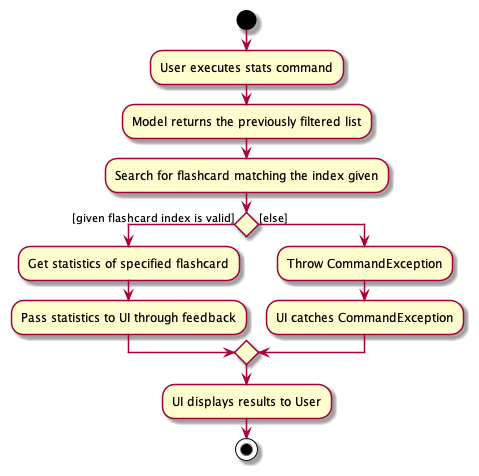
Earlier version of the PlantUML export docs/images/StatsActivityDiagram.png (nus-cs2103-AY2021S1/tp).
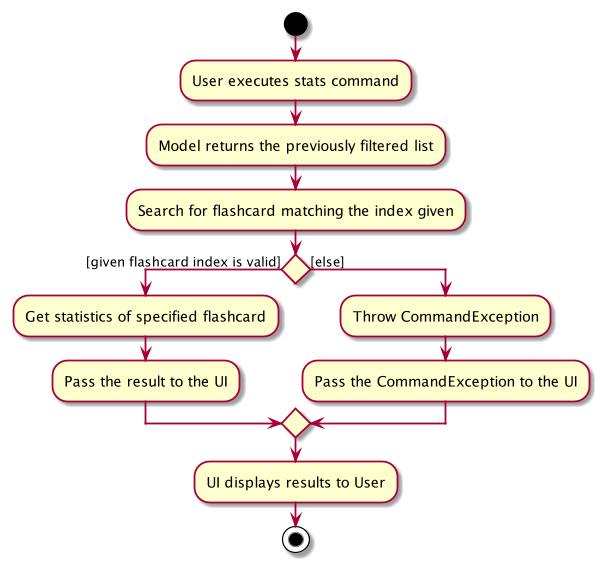
After the commit.

The edit, as a diff of the source:
```diff
@@ -7,10 +7,10 @@
 
 if () then ([given flashcard index is valid])
     :Get statistics of specified flashcard;
-    :Pass statistics to UI through feedback;
+    :Pass the result to the UI;
 else ([else])
     :Throw CommandException;
-    :UI catches CommandException;
+    :Pass the CommandException to the UI;
 endif
     :UI displays results to User;
 stop
```
